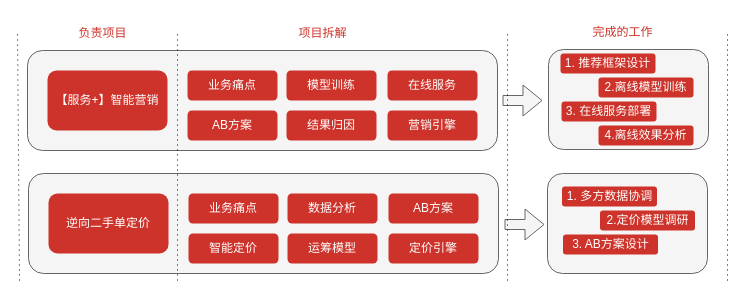
JintaiYang/drawio keeps this draw.io diagram as 工作整体概要.drawio. Above is the earlier version. Source tidied: cells renumbered, new cells numbered last; positions are measured from the earlier drawing's top-left corner, leaving out a move shared by most shapes. Both pictures are drawn from the tidied source at 100%, with x=0, y=0 at pixel (17, 17).
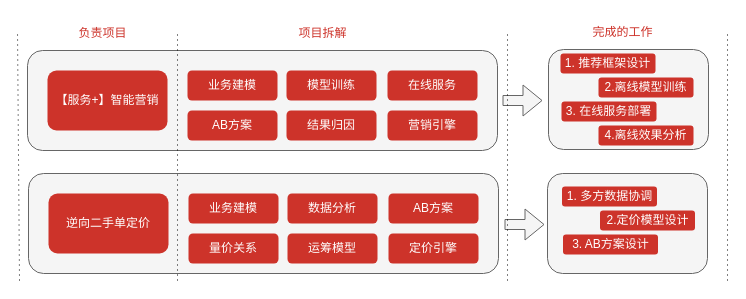
Above is the later version.

Commit message:
更新工作整体概要.drawio

Change to the diagram source:
```diff
@@
-    <mxCell id="7" value="业务痛点" style="rounded=1;whiteSpace=wrap;html=1;fillColor=#CD332A;strokeColor=none;fontColor=#FFFFFF;" parent="1" vertex="1">
+    <mxCell id="7" value="业务建模" style="rounded=1;whiteSpace=wrap;html=1;fillColor=#CD332A;strokeColor=none;fontColor=#FFFFFF;" parent="1" vertex="1">
       <mxGeometry x="170" y="53" width="90" height="30" as="geometry" />
     </mxCell>
@@
-    <mxCell id="16" value="业务痛点" style="rounded=1;whiteSpace=wrap;html=1;fillColor=#CD332A;strokeColor=none;fontColor=#FFFFFF;" parent="1" vertex="1">
+    <mxCell id="16" value="业务建模" style="rounded=1;whiteSpace=wrap;html=1;fillColor=#CD332A;strokeColor=none;fontColor=#FFFFFF;" parent="1" vertex="1">
       <mxGeometry x="171" y="176" width="90" height="30" as="geometry" />
     </mxCell>
@@
-    <mxCell id="18" value="智能定价" style="rounded=1;whiteSpace=wrap;html=1;fillColor=#CD332A;strokeColor=none;fontColor=#FFFFFF;" parent="1" vertex="1">
+    <mxCell id="18" value="量价关系" style="rounded=1;whiteSpace=wrap;html=1;fillColor=#CD332A;strokeColor=none;fontColor=#FFFFFF;" parent="1" vertex="1">
       <mxGeometry x="171" y="216" width="90" height="30" as="geometry" />
     </mxCell>
@@
-    <mxCell id="32" value="2.定价模型调研" style="rounded=1;whiteSpace=wrap;html=1;fontColor=#FFFFFF;strokeColor=none;fillColor=#CD332A;" parent="1" vertex="1">
+    <mxCell id="32" value="2.定价模型设计" style="rounded=1;whiteSpace=wrap;html=1;fontColor=#FFFFFF;strokeColor=none;fillColor=#CD332A;" parent="1" vertex="1">
       <mxGeometry x="582.5" y="193" width="95" height="20" as="geometry" />
     </mxCell>
```
